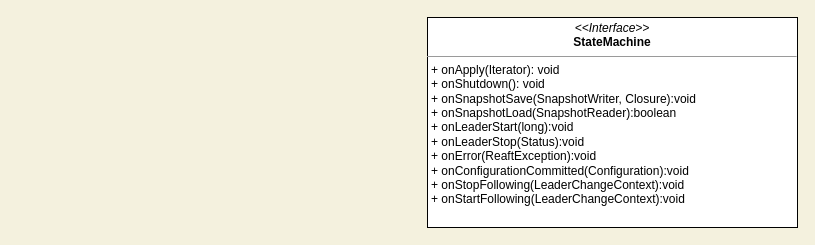
The draw.io diagram raft.drawio in Echidnaaa/draw, before the edit. Source tidied: cells renumbered, new cells numbered last; positions are measured from the earlier drawing's top-left corner, leaving out a move shared by most shapes. Both pictures are drawn from the tidied source at 100%, with x=0, y=0 at pixel (427, 17).
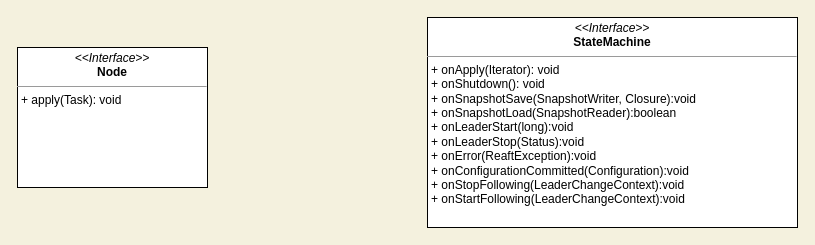
Above is the later version.

Diff of the diagram source:
```diff
@@
 <mxGraphModel background="#F4F1DE">
   <root>
     <mxCell id="0" />
     <mxCell id="1" parent="0" />
     <mxCell id="2" value="&lt;p style=&quot;margin: 0px ; margin-top: 4px ; text-align: center&quot;&gt;&lt;i&gt;&amp;lt;&amp;lt;Interface&amp;gt;&amp;gt;&lt;/i&gt;&lt;br&gt;&lt;b&gt;StateMachine&lt;/b&gt;&lt;/p&gt;&lt;hr size=&quot;1&quot;&gt;&lt;p style=&quot;margin: 0px ; margin-left: 4px&quot;&gt;+ onApply(Iterator): void&lt;br&gt;+ onShutdown(): void&lt;/p&gt;&lt;p style=&quot;margin: 0px ; margin-left: 4px&quot;&gt;+ onSnapshotSave(SnapshotWriter, Closure):void&lt;/p&gt;&lt;p style=&quot;margin: 0px ; margin-left: 4px&quot;&gt;+ onSnapshotLoad(SnapshotReader):boolean&lt;/p&gt;&lt;p style=&quot;margin: 0px ; margin-left: 4px&quot;&gt;+ onLeaderStart(long):void&lt;/p&gt;&lt;p style=&quot;margin: 0px ; margin-left: 4px&quot;&gt;+ onLeaderStop(Status):void&lt;/p&gt;&lt;p style=&quot;margin: 0px ; margin-left: 4px&quot;&gt;+ onError(ReaftException):void&lt;/p&gt;&lt;p style=&quot;margin: 0px ; margin-left: 4px&quot;&gt;+ onConfigurationCommitted(Configuration):void&lt;/p&gt;&lt;p style=&quot;margin: 0px ; margin-left: 4px&quot;&gt;+ onStopFollowing(LeaderChangeContext):void&lt;/p&gt;&lt;p style=&quot;margin: 0px ; margin-left: 4px&quot;&gt;+ onStartFollowing(LeaderChangeContext):void&lt;/p&gt;&lt;p style=&quot;margin: 0px ; margin-left: 4px&quot;&gt;&lt;br&gt;&lt;/p&gt;" style="verticalAlign=top;align=left;overflow=fill;fontSize=12;fontFamily=Helvetica;html=1;" parent="1" vertex="1">
       <mxGeometry width="370" height="210" as="geometry" />
     </mxCell>
+    <mxCell id="3" value="&lt;p style=&quot;margin: 0px ; margin-top: 4px ; text-align: center&quot;&gt;&lt;i&gt;&amp;lt;&amp;lt;Interface&amp;gt;&amp;gt;&lt;/i&gt;&lt;br&gt;&lt;b&gt;Node&lt;/b&gt;&lt;/p&gt;&lt;hr size=&quot;1&quot;&gt;&lt;p style=&quot;margin: 0px ; margin-left: 4px&quot;&gt;+ apply(Task): void&lt;br&gt;&lt;/p&gt;" style="verticalAlign=top;align=left;overflow=fill;fontSize=12;fontFamily=Helvetica;html=1;" parent="1" vertex="1">
+      <mxGeometry x="-410" y="30" width="190" height="140" as="geometry" />
+    </mxCell>
   </root>
 </mxGraphModel>
```
